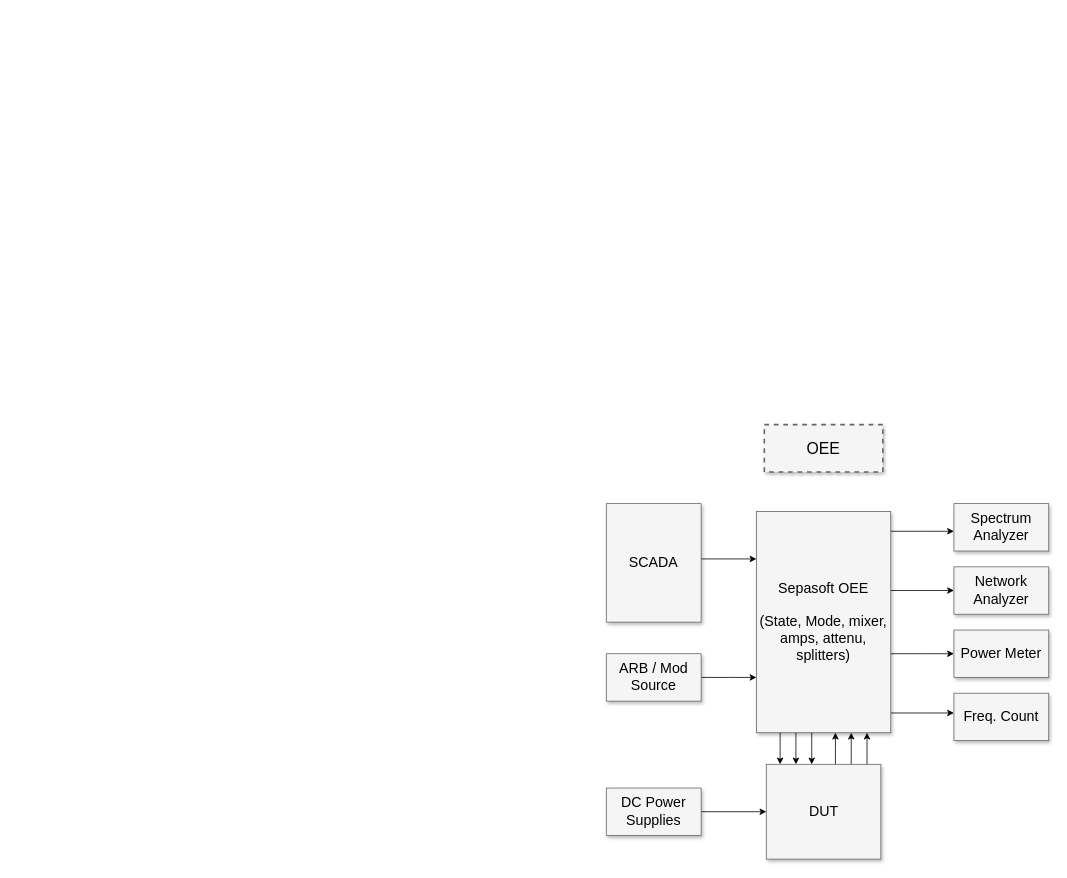
The draw.io diagram OEE.drawio in IlScottlI/docs, before the edit. Source tidied: cells renumbered, new cells numbered last; positions are measured from the earlier drawing's top-left corner, leaving out a move shared by most shapes. Both pictures are drawn from the tidied source at 79%, with x=0, y=0 at pixel (606, 424).
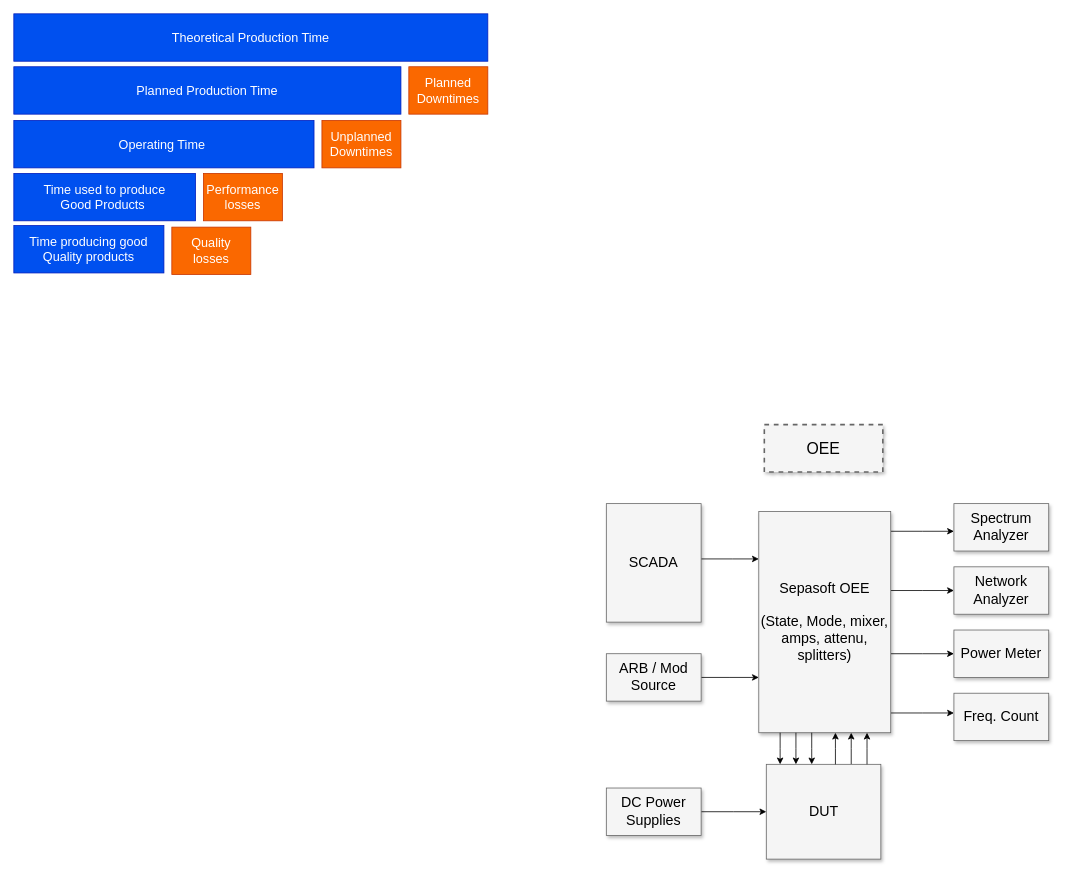
Above is the later version.

Change to the diagram source:
```diff
@@
     <mxCell id="8" value="Sepasoft OEE&lt;div&gt;&lt;br&gt;&lt;/div&gt;&lt;div&gt;(State, Mode, mixer, amps, attenu, splitters)&lt;/div&gt;" style="whiteSpace=wrap;html=1;shadow=1;fontSize=18;fillColor=#f5f5f5;strokeColor=#666666;" parent="1" vertex="1">
-      <mxGeometry x="190" y="110" width="170" height="280" as="geometry" />
+      <mxGeometry x="193" y="110" width="167" height="280" as="geometry" />
     </mxCell>
@@
+    <mxCell id="25" value="Theoretical Production Time" style="rounded=0;whiteSpace=wrap;html=1;fontSize=16;fillColor=#0050ef;fontColor=#ffffff;strokeColor=#001DBC;" parent="1" vertex="1">
+      <mxGeometry x="-750" y="-520" width="600" height="60" as="geometry" />
+    </mxCell>
+    <mxCell id="26" value="Planned Production Time" style="rounded=0;whiteSpace=wrap;html=1;fontSize=16;fillColor=#0050ef;fontColor=#ffffff;strokeColor=#001DBC;" parent="1" vertex="1">
+      <mxGeometry x="-750" y="-453" width="490" height="60" as="geometry" />
+    </mxCell>
+    <mxCell id="27" value="Operating Time&amp;nbsp;" style="rounded=0;whiteSpace=wrap;html=1;fontSize=16;fillColor=#0050ef;fontColor=#ffffff;strokeColor=#001DBC;" parent="1" vertex="1">
+      <mxGeometry x="-750" y="-385" width="380" height="60" as="geometry" />
+    </mxCell>
+    <mxCell id="28" value="Time used to produce Good Products&amp;nbsp;" style="rounded=0;whiteSpace=wrap;html=1;fontSize=16;fillColor=#0050ef;fontColor=#ffffff;strokeColor=#001DBC;spacingLeft=25;spacingBottom=0;spacingRight=25;" parent="1" vertex="1">
+      <mxGeometry x="-750" y="-318" width="230" height="60" as="geometry" />
+    </mxCell>
+    <mxCell id="29" value="Time producing good Quality products" style="rounded=0;whiteSpace=wrap;html=1;fontSize=16;fillColor=#0050ef;fontColor=#ffffff;strokeColor=#001DBC;spacingLeft=0;spacingRight=0;" parent="1" vertex="1">
+      <mxGeometry x="-750" y="-252" width="190" height="60" as="geometry" />
+    </mxCell>
+    <mxCell id="30" value="Planned Downtimes" style="rounded=0;whiteSpace=wrap;html=1;fontSize=16;fillColor=#fa6800;strokeColor=#C73500;fontColor=#FFFFFF;" parent="1" vertex="1">
+      <mxGeometry x="-250" y="-453" width="100" height="60" as="geometry" />
+    </mxCell>
+    <mxCell id="31" value="Unplanned Downtimes" style="rounded=0;whiteSpace=wrap;html=1;fontSize=16;fillColor=#fa6800;strokeColor=#C73500;fontColor=#FFFFFF;" parent="1" vertex="1">
+      <mxGeometry x="-360" y="-385" width="100" height="60" as="geometry" />
+    </mxCell>
+    <mxCell id="32" value="Performance losses" style="rounded=0;whiteSpace=wrap;html=1;fontSize=16;fillColor=#fa6800;strokeColor=#C73500;fontColor=#FFFFFF;" parent="1" vertex="1">
+      <mxGeometry x="-510" y="-318" width="100" height="60" as="geometry" />
+    </mxCell>
+    <mxCell id="33" value="Quality losses" style="rounded=0;whiteSpace=wrap;html=1;fontSize=16;fillColor=#fa6800;strokeColor=#C73500;fontColor=#FFFFFF;" parent="1" vertex="1">
+      <mxGeometry x="-550" y="-250" width="100" height="60" as="geometry" />
+    </mxCell>
```
